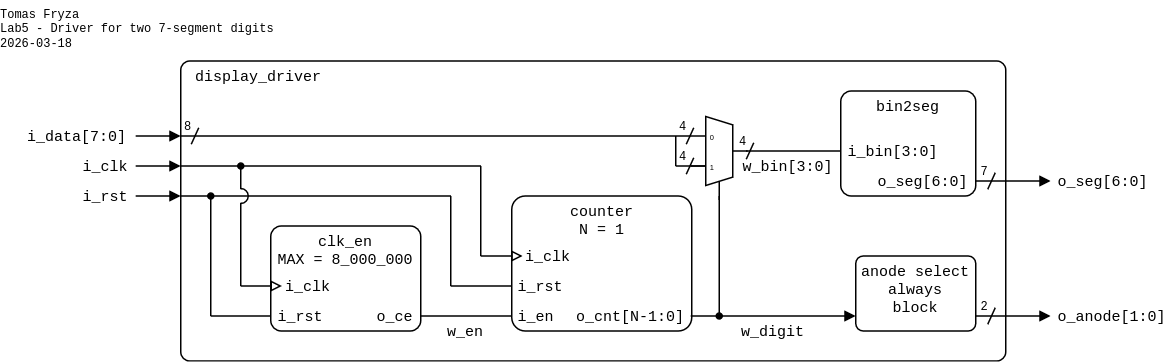
Earlier version of the draw.io export lab5-display/images/schematic_display-driver.png (tomas-fryza/verilog-examples). Source tidied: cells renumbered, new cells last; positions are measured from the earlier drawing's top-left corner, leaving out a move shared by most shapes.
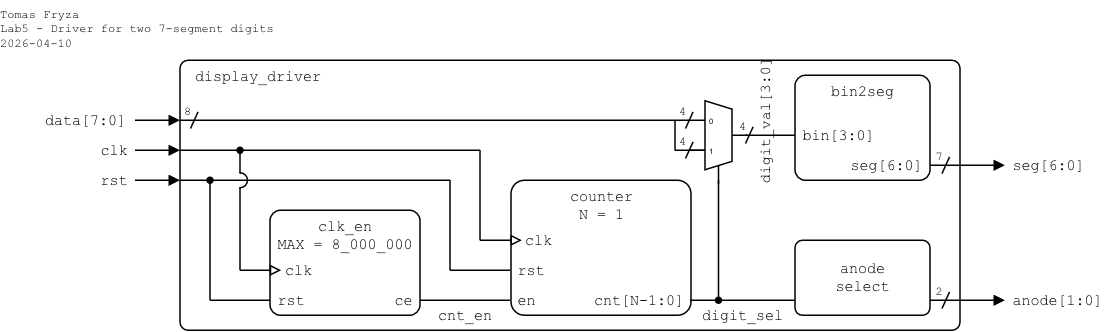
After the commit.

Change to the diagram source:
```diff
@@ -3,18 +3,18 @@
     <mxCell id="0" />
     <mxCell id="1" parent="0" />
     <mxCell id="2" value="display_driver" style="rounded=1;arcSize=3;whiteSpace=wrap;html=1;align=left;verticalAlign=top;fontFamily=Courier New;absoluteArcSize=0;fillColor=none;fontSize=10;spacingLeft=10;imageHeight=24;spacing=0;" parent="1" vertex="1">
-      <mxGeometry x="120" y="40" width="550" height="200" as="geometry" />
+      <mxGeometry x="120" y="50" width="520" height="180" as="geometry" />
     </mxCell>
     <mxCell id="3" value="clk_en&lt;div&gt;MAX = 8_000_000&lt;br&gt;&lt;/div&gt;" style="rounded=1;arcSize=10;align=center;verticalAlign=top;fontFamily=Courier New;absoluteArcSize=0;fillColor=none;fixDash=0;fontSize=10;spacingLeft=0;labelBorderColor=none;spacingTop=0;spacing=0;labelBackgroundColor=none;whiteSpace=wrap;html=1;strokeWidth=1;shadow=0;glass=0;" parent="1" vertex="1">
       <mxGeometry x="180" y="150" width="100" height="70" as="geometry" />
     </mxCell>
-    <mxCell id="4" value="o_ce" style="text;html=1;align=right;verticalAlign=middle;whiteSpace=wrap;rounded=0;fontFamily=Courier New;fontSize=10;fillOpacity=100;spacing=0;spacingRight=5;" parent="1" vertex="1">
+    <mxCell id="4" value="ce" style="text;html=1;align=right;verticalAlign=middle;whiteSpace=wrap;rounded=0;fontFamily=Courier New;fontSize=10;fillOpacity=100;spacing=0;spacingRight=5;" parent="1" vertex="1">
       <mxGeometry x="250" y="200" width="30" height="20" as="geometry" />
     </mxCell>
     <mxCell id="5" style="endArrow=none;html=1;rounded=0;endFill=0;endSize=5;startSize=5;" parent="1" edge="1">
       <mxGeometry relative="1" as="geometry">
         <mxPoint x="497" y="100" as="sourcePoint" />
-        <mxPoint x="560" y="100" as="targetPoint" />
+        <mxPoint x="530" y="100" as="targetPoint" />
       </mxGeometry>
     </mxCell>
     <mxCell id="6" style="endArrow=block;html=1;rounded=0;endFill=1;endSize=5;startSize=5;" parent="1" edge="1">
@@ -23,11 +23,11 @@
         <mxPoint x="120" y="90" as="targetPoint" />
       </mxGeometry>
     </mxCell>
-    <mxCell id="7" value="i_data[7:0]" style="text;html=1;align=right;verticalAlign=middle;whiteSpace=wrap;rounded=0;fontFamily=Courier New;fontSize=10;fillOpacity=100;spacing=0;spacingLeft=0;spacingRight=5;" parent="1" vertex="1">
-      <mxGeometry x="10" y="80" width="79" height="20" as="geometry" />
+    <mxCell id="7" value="data[7:0]" style="text;html=1;align=right;verticalAlign=middle;whiteSpace=wrap;rounded=0;fontFamily=Courier New;fontSize=10;fillOpacity=100;spacing=0;spacingLeft=0;spacingRight=5;" parent="1" vertex="1">
+      <mxGeometry x="20" y="80" width="69" height="20" as="geometry" />
     </mxCell>
-    <mxCell id="8" value="w_bin[3:0]" style="text;html=1;align=center;verticalAlign=middle;whiteSpace=wrap;rounded=0;fontFamily=Courier New;fontSize=10;fillOpacity=100;spacing=2;spacingLeft=0;" parent="1" vertex="1">
-      <mxGeometry x="490" y="100" width="70" height="20" as="geometry" />
+    <mxCell id="8" value="digit_val[3:0]" style="text;html=1;align=center;verticalAlign=middle;whiteSpace=wrap;rounded=0;fontFamily=Courier New;fontSize=10;fillOpacity=100;spacing=2;spacingLeft=0;rotation=270;" parent="1" vertex="1">
+      <mxGeometry x="470" y="80" width="80" height="20" as="geometry" />
     </mxCell>
     <mxCell id="9" value="Mux" style="shadow=0;dashed=0;align=center;html=1;strokeWidth=1;shape=mxgraph.electrical.abstract.mux2;whiteSpace=wrap;fontSize=10;fontFamily=Courier New;fontColor=none;noLabel=1;" parent="1" vertex="1">
       <mxGeometry x="460" y="77" width="38" height="56" as="geometry" />
@@ -50,31 +50,31 @@
         <mxPoint x="479" y="210" as="targetPoint" />
       </mxGeometry>
     </mxCell>
-    <mxCell id="13" style="endArrow=block;html=1;rounded=0;endFill=1;orthogonal=1;endSize=5;startSize=5;" parent="1" edge="1">
+    <mxCell id="13" style="endArrow=none;html=1;rounded=0;endFill=0;orthogonal=1;endSize=5;startSize=5;" parent="1" edge="1">
       <mxGeometry relative="1" as="geometry">
         <mxPoint x="460" y="210" as="sourcePoint" />
-        <mxPoint x="570" y="210" as="targetPoint" />
+        <mxPoint x="530" y="210" as="targetPoint" />
       </mxGeometry>
     </mxCell>
-    <mxCell id="14" value="o_anode[1:0]" style="text;html=1;align=left;verticalAlign=middle;whiteSpace=wrap;rounded=0;fontFamily=Courier New;fontSize=10;fillOpacity=100;spacing=0;spacingLeft=5;" parent="1" vertex="1">
-      <mxGeometry x="700" y="200" width="80" height="20" as="geometry" />
+    <mxCell id="14" value="anode[1:0]" style="text;html=1;align=left;verticalAlign=middle;whiteSpace=wrap;rounded=0;fontFamily=Courier New;fontSize=10;fillOpacity=100;spacing=0;spacingLeft=5;" parent="1" vertex="1">
+      <mxGeometry x="670" y="200" width="70" height="20" as="geometry" />
     </mxCell>
     <mxCell id="15" style="endArrow=block;html=1;rounded=0;endFill=1;endSize=5;startSize=5;" parent="1" edge="1">
       <mxGeometry relative="1" as="geometry">
-        <mxPoint x="650" y="120" as="sourcePoint" />
-        <mxPoint x="700" y="120" as="targetPoint" />
+        <mxPoint x="620" y="120" as="sourcePoint" />
+        <mxPoint x="670" y="120" as="targetPoint" />
       </mxGeometry>
     </mxCell>
-    <mxCell id="16" value="o_seg[6:0]" style="text;html=1;align=left;verticalAlign=middle;whiteSpace=wrap;rounded=0;fontFamily=Courier New;fontSize=10;fillOpacity=100;spacing=0;spacingLeft=5;" parent="1" vertex="1">
-      <mxGeometry x="700" y="110" width="70" height="20" as="geometry" />
+    <mxCell id="16" value="seg[6:0]" style="text;html=1;align=left;verticalAlign=middle;whiteSpace=wrap;rounded=0;fontFamily=Courier New;fontSize=10;fillOpacity=100;spacing=0;spacingLeft=5;" parent="1" vertex="1">
+      <mxGeometry x="670" y="110" width="60" height="20" as="geometry" />
     </mxCell>
     <mxCell id="17" value="7" style="text;html=1;align=center;verticalAlign=middle;whiteSpace=wrap;rounded=0;fontFamily=Courier New;fontSize=8;fillOpacity=100;spacing=2;spacingRight=0;" parent="1" vertex="1">
-      <mxGeometry x="651" y="104" width="10" height="20" as="geometry" />
+      <mxGeometry x="621" y="104" width="10" height="20" as="geometry" />
     </mxCell>
     <mxCell id="18" style="endArrow=none;html=1;rounded=0;startArrow=none;startFill=0;endSize=4;startSize=4;" parent="1" edge="1">
       <mxGeometry relative="1" as="geometry">
-        <mxPoint x="663" y="114.5" as="sourcePoint" />
-        <mxPoint x="658" y="125.5" as="targetPoint" />
+        <mxPoint x="633" y="114.5" as="sourcePoint" />
+        <mxPoint x="628" y="125.5" as="targetPoint" />
       </mxGeometry>
     </mxCell>
     <mxCell id="19" value="4" style="text;html=1;align=center;verticalAlign=middle;whiteSpace=wrap;rounded=0;fontFamily=Courier New;fontSize=8;fillOpacity=100;spacing=2;spacingRight=0;" parent="1" vertex="1">
@@ -104,8 +104,8 @@
         <mxPoint x="497" y="105.5" as="targetPoint" />
       </mxGeometry>
     </mxCell>
-    <mxCell id="25" value="&lt;div&gt;Tomas Fryza&lt;/div&gt;&lt;div&gt;Lab5 - Driver for two 7-segment digits&lt;/div&gt;&lt;div&gt;2026-03-18&lt;/div&gt;" style="text;html=1;align=left;verticalAlign=top;whiteSpace=wrap;rounded=0;fontFamily=Courier New;fontSize=8;fillOpacity=100;spacing=0;spacingLeft=0;" parent="1" vertex="1">
-      <mxGeometry width="200" height="40" as="geometry" />
+    <mxCell id="25" value="&lt;div&gt;Tomas Fryza&lt;/div&gt;&lt;div&gt;Lab5 - Driver for two 7-segment digits&lt;/div&gt;&lt;div&gt;2026-04-10&lt;/div&gt;" style="text;html=1;align=left;verticalAlign=top;whiteSpace=wrap;rounded=0;fontFamily=Courier New;fontSize=8;fillOpacity=100;spacing=0;spacingLeft=0;" parent="1" vertex="1">
+      <mxGeometry y="10" width="200" height="40" as="geometry" />
     </mxCell>
     <mxCell id="26" style="endArrow=none;html=1;rounded=0;startArrow=none;startFill=0;endSize=4;startSize=4;" parent="1" edge="1">
       <mxGeometry relative="1" as="geometry">
@@ -134,8 +134,8 @@
         <mxPoint x="187.5" y="190" as="targetPoint" />
       </mxGeometry>
     </mxCell>
-    <mxCell id="31" value="i_rst" style="text;html=1;align=right;verticalAlign=middle;whiteSpace=wrap;rounded=0;fontFamily=Courier New;fontSize=10;fillOpacity=100;spacing=0;spacingLeft=0;spacingRight=5;" parent="1" vertex="1">
-      <mxGeometry x="50" y="120" width="39.6" height="20" as="geometry" />
+    <mxCell id="31" value="rst" style="text;html=1;align=right;verticalAlign=middle;whiteSpace=wrap;rounded=0;fontFamily=Courier New;fontSize=10;fillOpacity=100;spacing=0;spacingLeft=0;spacingRight=5;" parent="1" vertex="1">
+      <mxGeometry x="60" y="120" width="29.6" height="20" as="geometry" />
     </mxCell>
     <mxCell id="32" style="endArrow=none;html=1;rounded=0;endFill=0;endSize=5;startSize=5;" parent="1" edge="1">
       <mxGeometry relative="1" as="geometry">
@@ -155,10 +155,10 @@
         <mxPoint x="160" y="190" as="targetPoint" />
       </mxGeometry>
     </mxCell>
-    <mxCell id="35" value="i_rst" style="text;html=1;align=left;verticalAlign=middle;whiteSpace=wrap;rounded=0;fontFamily=Courier New;fontSize=10;fillOpacity=100;spacingLeft=5;spacing=0;" parent="1" vertex="1">
-      <mxGeometry x="180" y="200" width="40" height="20" as="geometry" />
+    <mxCell id="35" value="rst" style="text;html=1;align=left;verticalAlign=middle;whiteSpace=wrap;rounded=0;fontFamily=Courier New;fontSize=10;fillOpacity=100;spacingLeft=5;spacing=0;" parent="1" vertex="1">
+      <mxGeometry x="180" y="200" width="30" height="20" as="geometry" />
     </mxCell>
-    <mxCell id="36" value="i_clk" style="text;html=1;align=left;verticalAlign=middle;whiteSpace=wrap;rounded=0;fontFamily=Courier New;fontSize=10;fillOpacity=100;spacing=0;spacingLeft=10;" parent="1" vertex="1">
+    <mxCell id="36" value="clk" style="text;html=1;align=left;verticalAlign=middle;whiteSpace=wrap;rounded=0;fontFamily=Courier New;fontSize=10;fillOpacity=100;spacing=0;spacingLeft=10;" parent="1" vertex="1">
       <mxGeometry x="180" y="180" width="40.6" height="20" as="geometry" />
     </mxCell>
     <mxCell id="37" style="endArrow=none;html=1;rounded=0;endFill=0;endSize=5;startSize=5;" parent="1" edge="1">
@@ -185,8 +185,8 @@
         <mxPoint x="120" y="110" as="targetPoint" />
       </mxGeometry>
     </mxCell>
-    <mxCell id="41" value="i_clk" style="text;html=1;align=right;verticalAlign=middle;whiteSpace=wrap;rounded=0;fontFamily=Courier New;fontSize=10;fillOpacity=100;spacing=0;spacingLeft=0;spacingRight=5;" parent="1" vertex="1">
-      <mxGeometry x="50" y="100" width="40" height="20" as="geometry" />
+    <mxCell id="41" value="clk" style="text;html=1;align=right;verticalAlign=middle;whiteSpace=wrap;rounded=0;fontFamily=Courier New;fontSize=10;fillOpacity=100;spacing=0;spacingLeft=0;spacingRight=5;" parent="1" vertex="1">
+      <mxGeometry x="60" y="100" width="30" height="20" as="geometry" />
     </mxCell>
     <mxCell id="42" style="endArrow=oval;html=1;rounded=0;startArrow=none;startFill=0;endSize=4;startSize=4;endFill=1;" parent="1" edge="1">
       <mxGeometry relative="1" as="geometry">
@@ -221,55 +221,55 @@
         <mxPoint x="340" y="190" as="targetPoint" />
       </mxGeometry>
     </mxCell>
-    <mxCell id="48" value="w_en" style="text;html=1;align=center;verticalAlign=middle;whiteSpace=wrap;rounded=0;fontFamily=Courier New;fontSize=10;fillOpacity=100;spacing=2;spacingLeft=0;" parent="1" vertex="1">
+    <mxCell id="48" value="cnt_en" style="text;html=1;align=center;verticalAlign=middle;whiteSpace=wrap;rounded=0;fontFamily=Courier New;fontSize=10;fillOpacity=100;spacing=2;spacingLeft=0;" parent="1" vertex="1">
       <mxGeometry x="280" y="210" width="60" height="20" as="geometry" />
     </mxCell>
-    <mxCell id="49" value="w_digit" style="text;html=1;align=center;verticalAlign=middle;whiteSpace=wrap;rounded=0;fontFamily=Courier New;fontSize=10;fillOpacity=100;spacing=2;spacingLeft=0;" parent="1" vertex="1">
-      <mxGeometry x="460" y="210" width="110" height="20" as="geometry" />
+    <mxCell id="49" value="digit_sel" style="text;html=1;align=center;verticalAlign=middle;whiteSpace=wrap;rounded=0;fontFamily=Courier New;fontSize=10;fillOpacity=100;spacing=2;spacingLeft=0;" parent="1" vertex="1">
+      <mxGeometry x="460" y="210" width="70" height="20" as="geometry" />
     </mxCell>
-    <mxCell id="50" value="anode select&lt;br&gt;always&lt;br&gt;block" style="rounded=1;arcSize=10;align=center;verticalAlign=top;fontFamily=Courier New;absoluteArcSize=0;fillColor=none;fixDash=0;fontSize=10;spacingLeft=0;labelBorderColor=none;spacingTop=0;spacing=0;labelBackgroundColor=none;whiteSpace=wrap;html=1;strokeWidth=1;shadow=0;glass=0;" parent="1" vertex="1">
-      <mxGeometry x="570" y="170" width="80" height="50" as="geometry" />
+    <mxCell id="50" value="&lt;div&gt;anode&lt;/div&gt;&lt;div&gt;select&lt;/div&gt;" style="rounded=1;arcSize=10;align=center;verticalAlign=middle;fontFamily=Courier New;absoluteArcSize=0;fillColor=none;fixDash=0;fontSize=10;spacingLeft=0;labelBorderColor=none;spacingTop=0;spacing=0;labelBackgroundColor=none;whiteSpace=wrap;html=1;strokeWidth=1;shadow=0;glass=0;" parent="1" vertex="1">
+      <mxGeometry x="530" y="170" width="90" height="50" as="geometry" />
     </mxCell>
     <mxCell id="51" style="endArrow=block;html=1;rounded=0;endFill=1;orthogonal=1;endSize=5;startSize=5;" parent="1" edge="1">
       <mxGeometry relative="1" as="geometry">
-        <mxPoint x="650" y="210" as="sourcePoint" />
-        <mxPoint x="700" y="210" as="targetPoint" />
+        <mxPoint x="620" y="210" as="sourcePoint" />
+        <mxPoint x="670" y="210" as="targetPoint" />
       </mxGeometry>
     </mxCell>
     <mxCell id="52" value="2" style="text;html=1;align=center;verticalAlign=middle;whiteSpace=wrap;rounded=0;fontFamily=Courier New;fontSize=8;fillOpacity=100;spacing=2;spacingRight=0;" parent="1" vertex="1">
-      <mxGeometry x="651" y="194" width="10" height="20" as="geometry" />
+      <mxGeometry x="621" y="194" width="10" height="20" as="geometry" />
     </mxCell>
     <mxCell id="53" style="endArrow=none;html=1;rounded=0;startArrow=none;startFill=0;endSize=4;startSize=4;" parent="1" edge="1">
       <mxGeometry relative="1" as="geometry">
-        <mxPoint x="663" y="204.5" as="sourcePoint" />
-        <mxPoint x="658" y="215.5" as="targetPoint" />
+        <mxPoint x="633" y="204.5" as="sourcePoint" />
+        <mxPoint x="628" y="215.5" as="targetPoint" />
       </mxGeometry>
     </mxCell>
     <mxCell id="54" style="rounded=0;whiteSpace=wrap;html=1;strokeColor=none;" parent="1" vertex="1">
       <mxGeometry x="480" y="125" width="20" height="15" as="geometry" />
     </mxCell>
     <mxCell id="55" value="bin2seg" style="rounded=1;arcSize=10;align=center;verticalAlign=top;fontFamily=Courier New;absoluteArcSize=0;fillColor=none;fixDash=0;fontSize=10;spacingLeft=0;labelBorderColor=none;spacingTop=0;spacing=0;labelBackgroundColor=none;whiteSpace=wrap;html=1;strokeWidth=1;shadow=0;glass=0;" parent="1" vertex="1">
-      <mxGeometry x="560" y="60" width="90" height="70" as="geometry" />
+      <mxGeometry x="530" y="60" width="90" height="70" as="geometry" />
     </mxCell>
-    <mxCell id="56" value="i_bin[3:0]" style="text;html=1;align=left;verticalAlign=middle;whiteSpace=wrap;rounded=0;fontFamily=Courier New;fontSize=10;fillOpacity=100;spacingLeft=5;spacing=0;" parent="1" vertex="1">
-      <mxGeometry x="560" y="90" width="70" height="20" as="geometry" />
+    <mxCell id="56" value="bin[3:0]" style="text;html=1;align=left;verticalAlign=middle;whiteSpace=wrap;rounded=0;fontFamily=Courier New;fontSize=10;fillOpacity=100;spacingLeft=5;spacing=0;" parent="1" vertex="1">
+      <mxGeometry x="530" y="90" width="70" height="20" as="geometry" />
     </mxCell>
-    <mxCell id="57" value="o_seg[6:0]" style="text;html=1;align=right;verticalAlign=middle;whiteSpace=wrap;rounded=0;fontFamily=Courier New;fontSize=10;fillOpacity=100;spacing=0;spacingRight=5;" parent="1" vertex="1">
-      <mxGeometry x="570" y="110" width="80" height="20" as="geometry" />
+    <mxCell id="57" value="seg[6:0]" style="text;html=1;align=right;verticalAlign=middle;whiteSpace=wrap;rounded=0;fontFamily=Courier New;fontSize=10;fillOpacity=100;spacing=0;spacingRight=5;" parent="1" vertex="1">
+      <mxGeometry x="540" y="110" width="80" height="20" as="geometry" />
     </mxCell>
     <mxCell id="58" value="&lt;div&gt;counter&lt;/div&gt;&lt;div&gt;N = 1&lt;/div&gt;" style="rounded=1;arcSize=10;align=center;verticalAlign=top;fontFamily=Courier New;absoluteArcSize=0;fillColor=none;fixDash=0;fontSize=10;spacingLeft=0;labelBorderColor=none;spacingTop=0;spacing=0;labelBackgroundColor=none;whiteSpace=wrap;html=1;strokeWidth=1;shadow=0;glass=0;" parent="1" vertex="1">
       <mxGeometry x="340.6" y="130" width="120" height="90" as="geometry" />
     </mxCell>
-    <mxCell id="59" value="i_rst" style="text;html=1;align=left;verticalAlign=middle;whiteSpace=wrap;rounded=0;fontFamily=Courier New;fontSize=10;fillOpacity=100;spacingLeft=5;spacing=0;" parent="1" vertex="1">
-      <mxGeometry x="340" y="180" width="40.6" height="20" as="geometry" />
+    <mxCell id="59" value="rst" style="text;html=1;align=left;verticalAlign=middle;whiteSpace=wrap;rounded=0;fontFamily=Courier New;fontSize=10;fillOpacity=100;spacingLeft=5;spacing=0;" parent="1" vertex="1">
+      <mxGeometry x="340" y="180" width="30" height="20" as="geometry" />
     </mxCell>
-    <mxCell id="60" value="i_clk" style="text;html=1;align=left;verticalAlign=middle;whiteSpace=wrap;rounded=0;fontFamily=Courier New;fontSize=10;fillOpacity=100;spacing=0;spacingLeft=10;" parent="1" vertex="1">
+    <mxCell id="60" value="clk" style="text;html=1;align=left;verticalAlign=middle;whiteSpace=wrap;rounded=0;fontFamily=Courier New;fontSize=10;fillOpacity=100;spacing=0;spacingLeft=10;" parent="1" vertex="1">
       <mxGeometry x="340" y="160" width="40.6" height="20" as="geometry" />
     </mxCell>
-    <mxCell id="61" value="o_cnt[N-1:0]" style="text;html=1;align=right;verticalAlign=middle;whiteSpace=wrap;rounded=0;fontFamily=Courier New;fontSize=10;fillOpacity=100;spacing=0;spacingRight=5;" parent="1" vertex="1">
+    <mxCell id="61" value="cnt[N-1:0]" style="text;html=1;align=right;verticalAlign=middle;whiteSpace=wrap;rounded=0;fontFamily=Courier New;fontSize=10;fillOpacity=100;spacing=0;spacingRight=5;" parent="1" vertex="1">
       <mxGeometry x="380.6" y="200" width="80" height="20" as="geometry" />
     </mxCell>
-    <mxCell id="62" value="i_en" style="text;html=1;align=left;verticalAlign=middle;whiteSpace=wrap;rounded=0;fontFamily=Courier New;fontSize=10;fillOpacity=100;spacingLeft=5;spacing=0;" parent="1" vertex="1">
+    <mxCell id="62" value="en" style="text;html=1;align=left;verticalAlign=middle;whiteSpace=wrap;rounded=0;fontFamily=Courier New;fontSize=10;fillOpacity=100;spacingLeft=5;spacing=0;" parent="1" vertex="1">
       <mxGeometry x="340" y="200" width="30.6" height="20" as="geometry" />
     </mxCell>
   </root>
```
